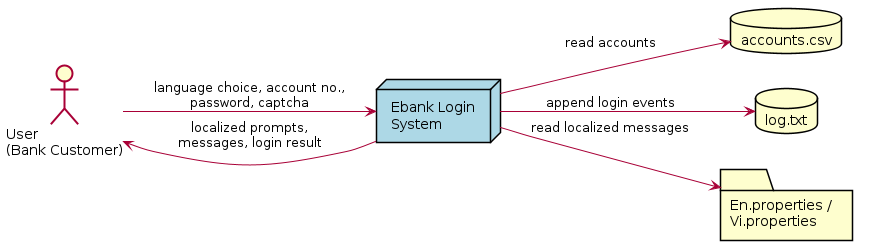
This is SWD392_Reports/diagrams/01_context.png from titixixi19/HE163855_SWD392_70, a PlantUML export, as it was before one commit.
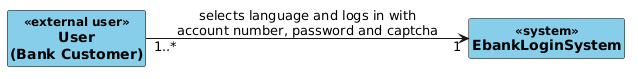
The same diagram one commit later.

Commit message:
Redraw context diagram in COMET style

The edit, as a diff of the source:
```diff
@@ -1,15 +1,19 @@
 @startuml
-skinparam defaultFontName Arial
+left to right direction
+skinparam backgroundColor White
 skinparam shadowing false
-left to right direction
-actor "User\n(Bank Customer)" as User
-node "Ebank Login\nSystem" as SYS #LightBlue
-database "accounts.csv" as ACC
-database "log.txt" as LOG
-folder "En.properties /\nVi.properties" as LANG
-User --> SYS : language choice, account no.,\npassword, captcha
-SYS --> User : localized prompts,\nmessages, login result
-SYS --> ACC : read accounts
-SYS --> LOG : append login events
-SYS --> LANG : read localized messages
+skinparam class {
+  BackgroundColor #87CEEB
+  BorderColor Black
+  FontStyle bold
+  StereotypeFontStyle bold
+}
+skinparam classAttributeIconSize 0
+hide empty members
+hide circle
+
+class "User\n(Bank Customer)" as User <<external user>>
+class "EbankLoginSystem" as System <<system>>
+
+User "1..*" --> "1" System : selects language and logs in with\naccount number, password and captcha
 @enduml
```
